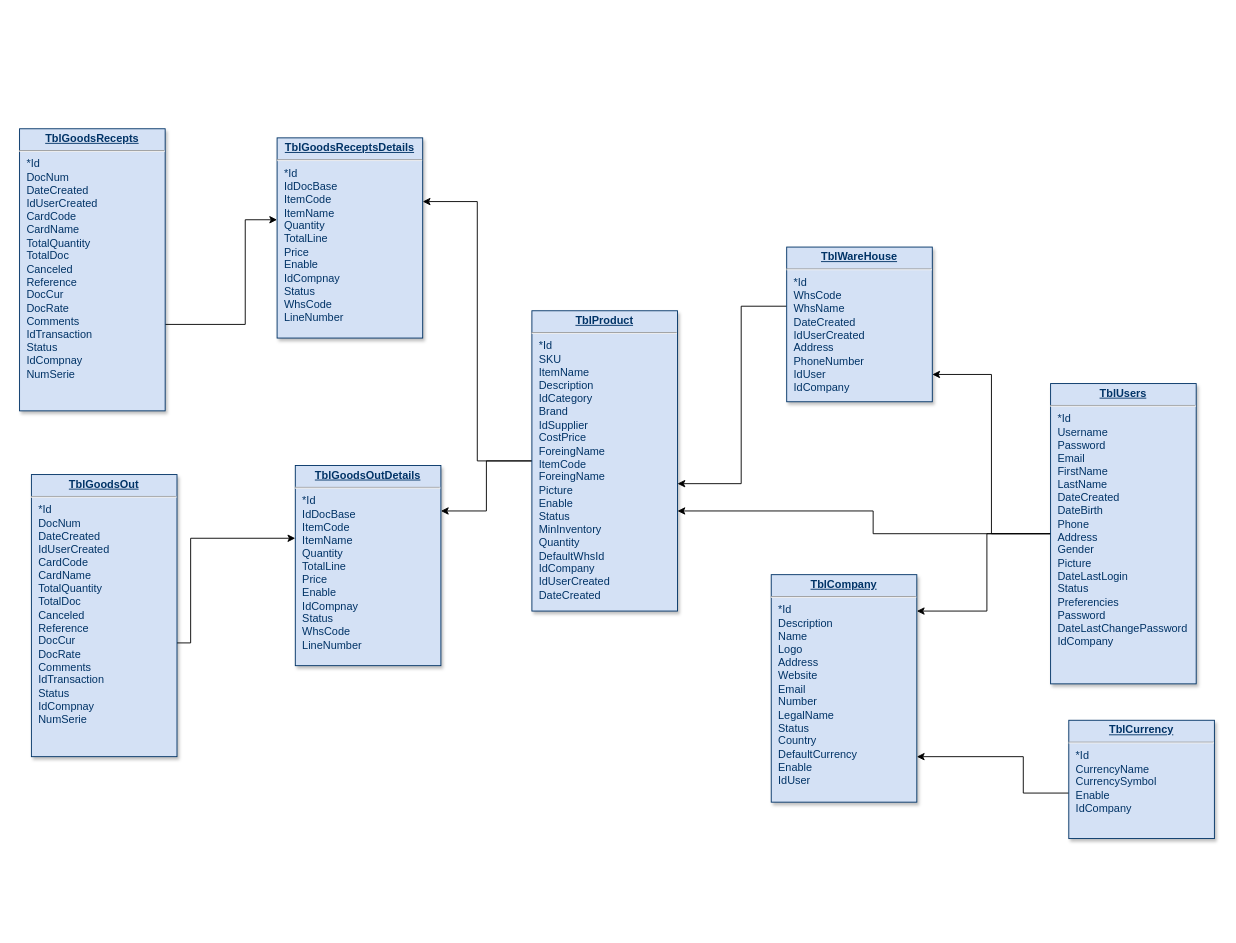
The draw.io diagram projectUnknown.drawio in RodriBoVa/diagramprojectUnknown, before the edit. Source tidied: cells renumbered, new cells numbered last; positions are measured from the earlier drawing's top-left corner, leaving out a move shared by most shapes. Both pictures are drawn from the tidied source at 91%, with x=0, y=0 at pixel (19, 128).
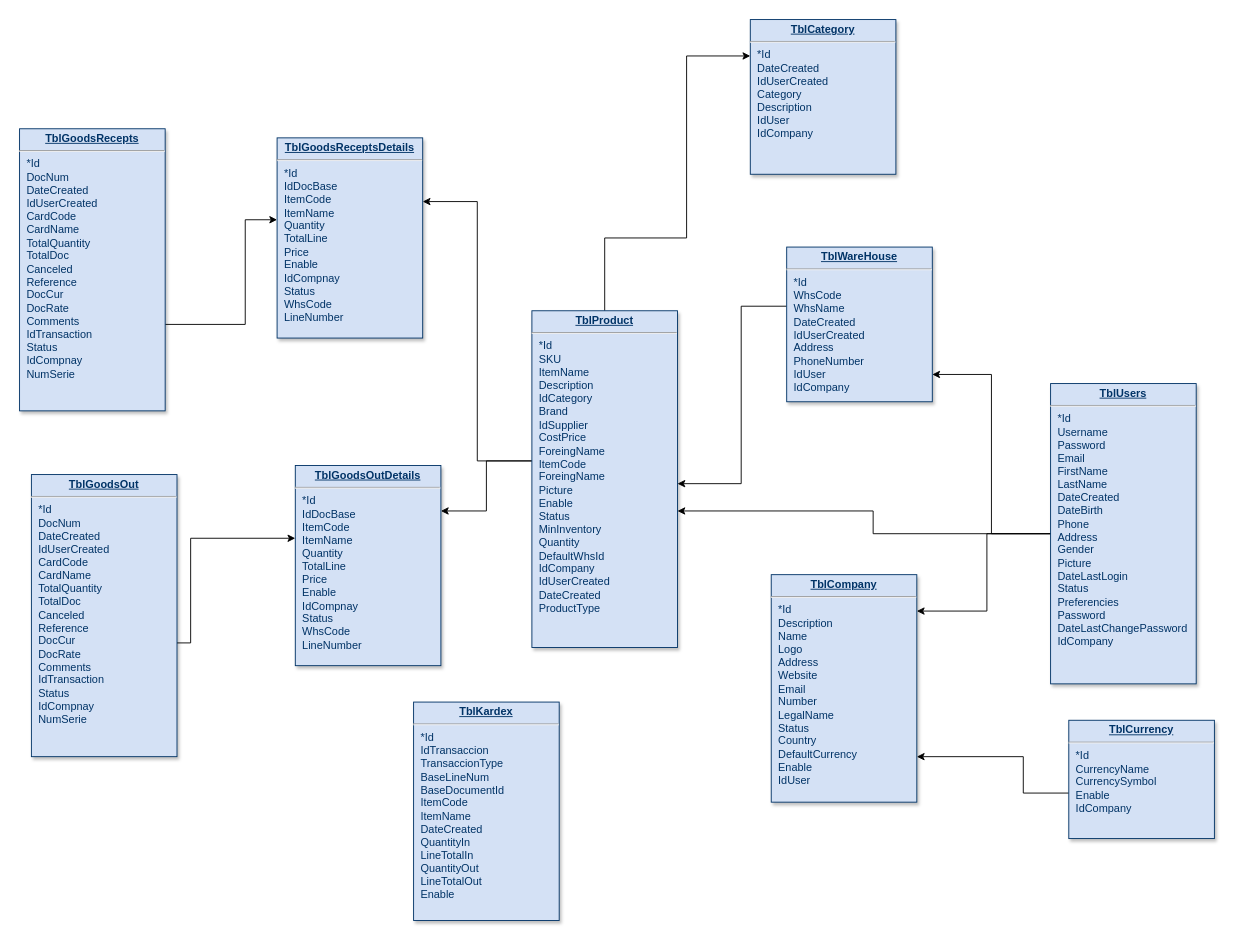
Above is the later version.

The edit, as a diff of the source:
```diff
@@
+    <mxCell id="20" style="edgeStyle=orthogonalEdgeStyle;rounded=0;jettySize=auto;html=1;" parent="1" edge="1" source="11" target="22">
+      <mxGeometry relative="1" as="geometry">
+        <Array as="points">
+          <mxPoint x="643" y="120" />
+          <mxPoint x="733" y="120" />
+          <mxPoint x="733" y="-80" />
+        </Array>
+      </mxGeometry>
+    </mxCell>
-    <mxCell id="11" value="&lt;p style=&quot;margin: 0px; margin-top: 4px; text-align: center; text-decoration: underline;&quot;&gt;&lt;b&gt;TblProduct&lt;/b&gt;&lt;/p&gt;&lt;hr&gt;&lt;p style=&quot;margin: 0px; margin-left: 8px;&quot;&gt;*Id&lt;/p&gt;&lt;p style=&quot;margin: 0px; margin-left: 8px;&quot;&gt;SKU&lt;/p&gt;&lt;p style=&quot;margin: 0px; margin-left: 8px;&quot;&gt;ItemName&lt;/p&gt;&lt;p style=&quot;margin: 0px; margin-left: 8px;&quot;&gt;Description&lt;/p&gt;&lt;p style=&quot;margin: 0px; margin-left: 8px;&quot;&gt;IdCategory&lt;/p&gt;&lt;p style=&quot;margin: 0px; margin-left: 8px;&quot;&gt;Brand&lt;/p&gt;&lt;p style=&quot;margin: 0px; margin-left: 8px;&quot;&gt;IdSupplier&lt;/p&gt;&lt;p style=&quot;margin: 0px; margin-left: 8px;&quot;&gt;CostPrice&lt;/p&gt;&lt;p style=&quot;margin: 0px; margin-left: 8px;&quot;&gt;ForeingName&lt;/p&gt;&lt;p style=&quot;margin: 0px; margin-left: 8px;&quot;&gt;ItemCode&lt;/p&gt;&lt;p style=&quot;margin: 0px; margin-left: 8px;&quot;&gt;ForeingName&lt;/p&gt;&lt;p style=&quot;margin: 0px; margin-left: 8px;&quot;&gt;Picture&lt;/p&gt;&lt;p style=&quot;margin: 0px; margin-left: 8px;&quot;&gt;Enable&lt;/p&gt;&lt;p style=&quot;margin: 0px; margin-left: 8px;&quot;&gt;Status&lt;/p&gt;&lt;p style=&quot;margin: 0px; margin-left: 8px;&quot;&gt;MinInventory&lt;/p&gt;&lt;p style=&quot;margin: 0px; margin-left: 8px;&quot;&gt;Quantity&lt;/p&gt;&lt;p style=&quot;margin: 0px; margin-left: 8px;&quot;&gt;DefaultWhsId&lt;/p&gt;&lt;p style=&quot;margin: 0px; margin-left: 8px;&quot;&gt;IdCompany&lt;/p&gt;&lt;p style=&quot;margin: 0px; margin-left: 8px;&quot;&gt;IdUserCreated&lt;/p&gt;&lt;p style=&quot;margin: 0px; margin-left: 8px;&quot;&gt;DateCreated&lt;/p&gt;&lt;p style=&quot;margin: 0px; margin-left: 8px;&quot;&gt;&lt;br&gt;&lt;/p&gt;&lt;p style=&quot;margin: 0px; margin-left: 8px;&quot;&gt;&lt;br&gt;&lt;/p&gt;" style="verticalAlign=top;align=left;overflow=fill;fontSize=12;fontFamily=Helvetica;html=1;strokeColor=#003366;shadow=1;fillColor=#D4E1F5;fontColor=#003366;" parent="1" vertex="1">
-      <mxGeometry x="563" y="200" width="160" height="330" as="geometry" />
+    <mxCell id="11" value="&lt;p style=&quot;margin: 0px; margin-top: 4px; text-align: center; text-decoration: underline;&quot;&gt;&lt;b&gt;TblProduct&lt;/b&gt;&lt;/p&gt;&lt;hr&gt;&lt;p style=&quot;margin: 0px; margin-left: 8px;&quot;&gt;*Id&lt;/p&gt;&lt;p style=&quot;margin: 0px; margin-left: 8px;&quot;&gt;SKU&lt;/p&gt;&lt;p style=&quot;margin: 0px; margin-left: 8px;&quot;&gt;ItemName&lt;/p&gt;&lt;p style=&quot;margin: 0px; margin-left: 8px;&quot;&gt;Description&lt;/p&gt;&lt;p style=&quot;margin: 0px; margin-left: 8px;&quot;&gt;IdCategory&lt;/p&gt;&lt;p style=&quot;margin: 0px; margin-left: 8px;&quot;&gt;Brand&lt;/p&gt;&lt;p style=&quot;margin: 0px; margin-left: 8px;&quot;&gt;IdSupplier&lt;/p&gt;&lt;p style=&quot;margin: 0px; margin-left: 8px;&quot;&gt;CostPrice&lt;/p&gt;&lt;p style=&quot;margin: 0px; margin-left: 8px;&quot;&gt;ForeingName&lt;/p&gt;&lt;p style=&quot;margin: 0px; margin-left: 8px;&quot;&gt;ItemCode&lt;/p&gt;&lt;p style=&quot;margin: 0px; margin-left: 8px;&quot;&gt;ForeingName&lt;/p&gt;&lt;p style=&quot;margin: 0px; margin-left: 8px;&quot;&gt;Picture&lt;/p&gt;&lt;p style=&quot;margin: 0px; margin-left: 8px;&quot;&gt;Enable&lt;/p&gt;&lt;p style=&quot;margin: 0px; margin-left: 8px;&quot;&gt;Status&lt;/p&gt;&lt;p style=&quot;margin: 0px; margin-left: 8px;&quot;&gt;MinInventory&lt;/p&gt;&lt;p style=&quot;margin: 0px; margin-left: 8px;&quot;&gt;Quantity&lt;/p&gt;&lt;p style=&quot;margin: 0px; margin-left: 8px;&quot;&gt;DefaultWhsId&lt;/p&gt;&lt;p style=&quot;margin: 0px; margin-left: 8px;&quot;&gt;IdCompany&lt;/p&gt;&lt;p style=&quot;margin: 0px; margin-left: 8px;&quot;&gt;IdUserCreated&lt;/p&gt;&lt;p style=&quot;margin: 0px; margin-left: 8px;&quot;&gt;DateCreated&lt;/p&gt;&lt;p style=&quot;margin: 0px; margin-left: 8px;&quot;&gt;ProductType&lt;/p&gt;&lt;p style=&quot;margin: 0px; margin-left: 8px;&quot;&gt;&lt;br&gt;&lt;/p&gt;&lt;p style=&quot;margin: 0px; margin-left: 8px;&quot;&gt;&lt;br&gt;&lt;/p&gt;" style="verticalAlign=top;align=left;overflow=fill;fontSize=12;fontFamily=Helvetica;html=1;strokeColor=#003366;shadow=1;fillColor=#D4E1F5;fontColor=#003366;" parent="1" vertex="1">
+      <mxGeometry x="563" y="200" width="160" height="370" as="geometry" />
     </mxCell>
@@
+    <mxCell id="21" value="&lt;p style=&quot;margin: 0px; margin-top: 4px; text-align: center; text-decoration: underline;&quot;&gt;&lt;b&gt;TblKardex&lt;/b&gt;&lt;/p&gt;&lt;hr&gt;&lt;p style=&quot;margin: 0px; margin-left: 8px;&quot;&gt;*Id&lt;/p&gt;&lt;p style=&quot;margin: 0px; margin-left: 8px;&quot;&gt;IdTransaccion&lt;/p&gt;&lt;p style=&quot;margin: 0px; margin-left: 8px;&quot;&gt;TransaccionType&lt;/p&gt;&lt;p style=&quot;margin: 0px; margin-left: 8px;&quot;&gt;BaseLineNum&lt;/p&gt;&lt;p style=&quot;margin: 0px; margin-left: 8px;&quot;&gt;BaseDocumentId&lt;/p&gt;&lt;p style=&quot;margin: 0px; margin-left: 8px;&quot;&gt;ItemCode&lt;/p&gt;&lt;p style=&quot;margin: 0px; margin-left: 8px;&quot;&gt;ItemName&lt;/p&gt;&lt;p style=&quot;margin: 0px; margin-left: 8px;&quot;&gt;DateCreated&lt;/p&gt;&lt;p style=&quot;margin: 0px; margin-left: 8px;&quot;&gt;QuantityIn&lt;/p&gt;&lt;p style=&quot;margin: 0px; margin-left: 8px;&quot;&gt;LineTotalIn&lt;/p&gt;&lt;p style=&quot;margin: 0px; margin-left: 8px;&quot;&gt;QuantityOut&lt;/p&gt;&lt;p style=&quot;margin: 0px; margin-left: 8px;&quot;&gt;LineTotalOut&lt;/p&gt;&lt;p style=&quot;margin: 0px; margin-left: 8px;&quot;&gt;Enable&lt;/p&gt;&lt;p style=&quot;margin: 0px; margin-left: 8px;&quot;&gt;&lt;br&gt;&lt;/p&gt;&lt;p style=&quot;margin: 0px; margin-left: 8px;&quot;&gt;&lt;br&gt;&lt;/p&gt;&lt;p style=&quot;margin: 0px; margin-left: 8px;&quot;&gt;&lt;br&gt;&lt;/p&gt;" style="verticalAlign=top;align=left;overflow=fill;fontSize=12;fontFamily=Helvetica;html=1;strokeColor=#003366;shadow=1;fillColor=#D4E1F5;fontColor=#003366;" parent="1" vertex="1">
+      <mxGeometry x="433" y="630" width="160" height="240" as="geometry" />
+    </mxCell>
+    <mxCell id="22" value="&lt;p style=&quot;margin: 0px; margin-top: 4px; text-align: center; text-decoration: underline;&quot;&gt;&lt;b&gt;TblCategory&lt;/b&gt;&lt;/p&gt;&lt;hr&gt;&lt;p style=&quot;margin: 0px; margin-left: 8px;&quot;&gt;*Id&lt;/p&gt;&lt;p style=&quot;margin: 0px; margin-left: 8px;&quot;&gt;DateCreated&lt;/p&gt;&lt;p style=&quot;margin: 0px; margin-left: 8px;&quot;&gt;IdUserCreated&lt;/p&gt;&lt;p style=&quot;margin: 0px; margin-left: 8px;&quot;&gt;Category&lt;/p&gt;&lt;p style=&quot;margin: 0px; margin-left: 8px;&quot;&gt;Description&lt;/p&gt;&lt;p style=&quot;margin: 0px; margin-left: 8px;&quot;&gt;IdUser&lt;/p&gt;&lt;p style=&quot;margin: 0px; margin-left: 8px;&quot;&gt;IdCompany&lt;/p&gt;" style="verticalAlign=top;align=left;overflow=fill;fontSize=12;fontFamily=Helvetica;html=1;strokeColor=#003366;shadow=1;fillColor=#D4E1F5;fontColor=#003366;" parent="1" vertex="1">
+      <mxGeometry x="803" y="-120" width="160" height="170" as="geometry" />
+    </mxCell>
```
